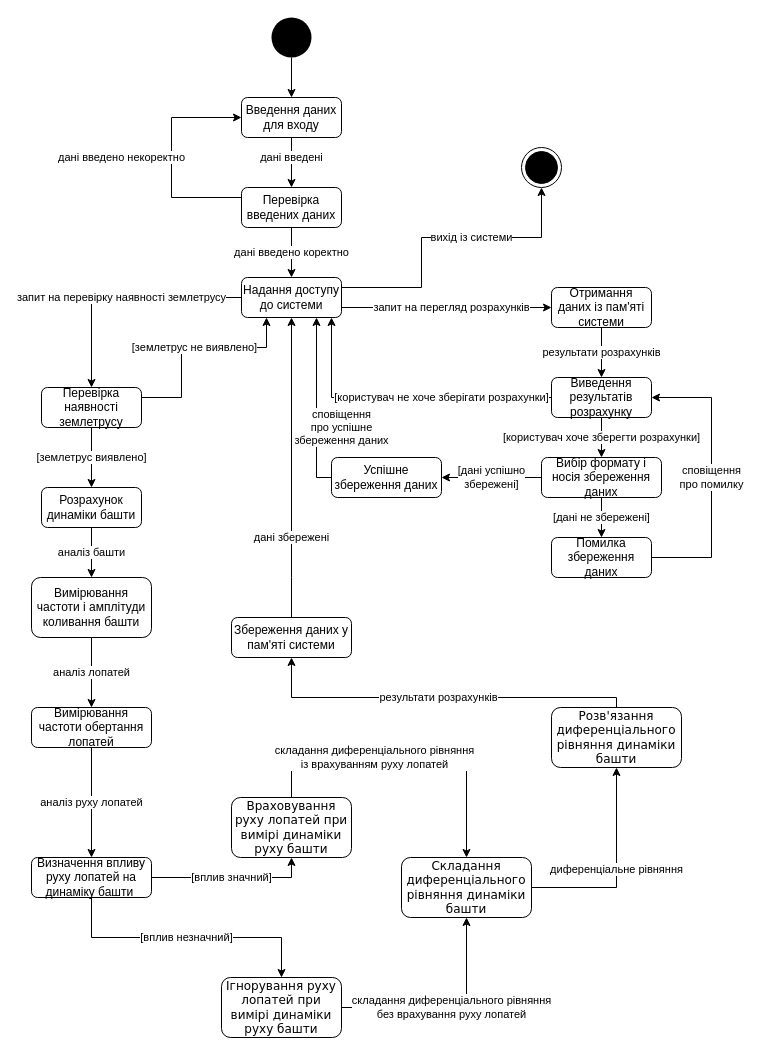
This is page "Lab_6" (4 of 4) of OAPSOS.drawio from YaremkoVitaliy/Git_Labs, a draw.io file, before an edit. Source tidied: cells renumbered, new cells numbered last; positions are measured from the earlier drawing's top-left corner, leaving out a move shared by most shapes. Both pictures are drawn from the tidied source at 100%, with x=0, y=0 at pixel (31, 17).
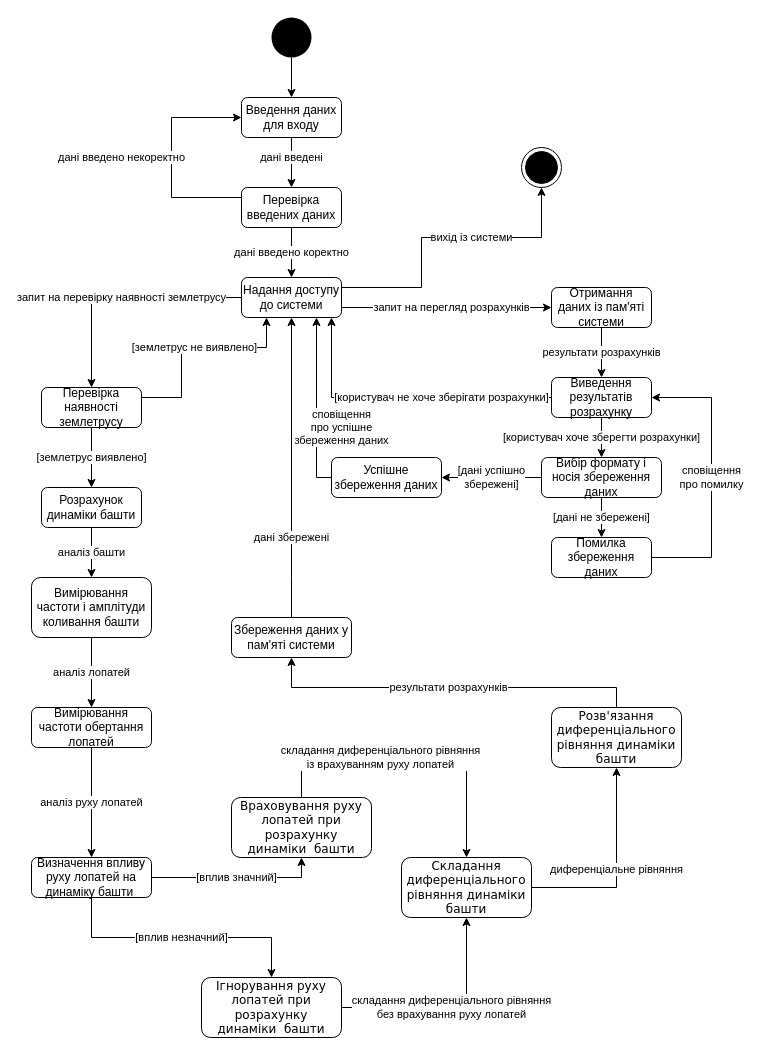
The same diagram, later.

The change refers to these unchanged cells:
```xml
<mxCell id="27" value="Визначення впливу руху лопатей на динаміку башти&amp;nbsp;" style="rounded=1;whiteSpace=wrap;html=1;" parent="1" vertex="1">
  <mxGeometry y="840" width="120" height="40" as="geometry" />
</mxCell>
<mxCell id="33" value="&lt;span style=&quot;font-family: &amp;#34;verdana&amp;#34;&quot;&gt;Складання диференціального рівняння динаміки башти&lt;/span&gt;" style="rounded=1;whiteSpace=wrap;html=1;" parent="1" vertex="1">
  <mxGeometry x="370" y="840" width="130" height="60" as="geometry" />
</mxCell>
<mxCell id="35" value="&lt;span style=&quot;font-family: &amp;#34;verdana&amp;#34;&quot;&gt;Розв'язання диференціального рівняння динаміки башти&lt;/span&gt;" style="rounded=1;whiteSpace=wrap;html=1;" parent="1" vertex="1">
  <mxGeometry x="520" y="690" width="130" height="60" as="geometry" />
</mxCell>
<mxCell id="37" value="Збереження даних у пам'яті системи" style="rounded=1;whiteSpace=wrap;html=1;" parent="1" vertex="1">
  <mxGeometry x="200" y="600" width="120" height="40" as="geometry" />
</mxCell>
```

What changed in the source:
```diff
@@
     <mxCell id="26" value="[вплив незначний]" style="edgeStyle=orthogonalEdgeStyle;rounded=0;jettySize=auto;html=1;entryX=0.5;entryY=0;entryDx=0;entryDy=0;" parent="1" edge="1" source="27" target="31">
       <mxGeometry relative="1" as="geometry">
         <Array as="points">
           <mxPoint x="60" y="920" />
-          <mxPoint x="250" y="920" />
+          <mxPoint x="240" y="920" />
         </Array>
       </mxGeometry>
     </mxCell>
@@
     <mxCell id="28" value="складання диференціального рівняння&lt;br&gt;із врахуванням руху лопатей" style="edgeStyle=orthogonalEdgeStyle;rounded=0;jettySize=auto;html=1;entryX=0.5;entryY=0;entryDx=0;entryDy=0;exitX=0.5;exitY=0;exitDx=0;exitDy=0;" parent="1" edge="1" source="29" target="33">
       <mxGeometry x="-0.22" relative="1" as="geometry">
         <Array as="points">
-          <mxPoint x="260" y="740" />
+          <mxPoint x="270" y="740" />
           <mxPoint x="435" y="740" />
         </Array>
       </mxGeometry>
     </mxCell>
-    <mxCell id="29" value="&lt;span style=&quot;font-family: &amp;#34;verdana&amp;#34;&quot;&gt;Враховування руху лопатей при вимірі динаміки руху башти&lt;/span&gt;" style="rounded=1;whiteSpace=wrap;html=1;" parent="1" vertex="1">
-      <mxGeometry x="200" y="780" width="120" height="60" as="geometry" />
+    <mxCell id="29" value="&lt;span style=&quot;font-family: &amp;#34;verdana&amp;#34;&quot;&gt;Враховування руху лопатей при розрахунку динаміки&amp;nbsp; башти&lt;/span&gt;" style="rounded=1;whiteSpace=wrap;html=1;" parent="1" vertex="1">
+      <mxGeometry x="200" y="780" width="140" height="60" as="geometry" />
     </mxCell>
@@
-    <mxCell id="31" value="&lt;span style=&quot;font-family: &amp;#34;verdana&amp;#34;&quot;&gt;Ігнорування руху лопатей при вимірі динаміки руху башти&lt;/span&gt;" style="rounded=1;whiteSpace=wrap;html=1;" parent="1" vertex="1">
-      <mxGeometry x="190" y="960" width="120" height="60" as="geometry" />
+    <mxCell id="31" value="&lt;span style=&quot;font-family: &amp;#34;verdana&amp;#34;&quot;&gt;Ігнорування руху лопатей при розрахунку динаміки&amp;nbsp; башти&lt;/span&gt;" style="rounded=1;whiteSpace=wrap;html=1;" parent="1" vertex="1">
+      <mxGeometry x="170" y="960" width="140" height="60" as="geometry" />
     </mxCell>
@@
     <mxCell id="34" value="результати розрахунків" style="edgeStyle=orthogonalEdgeStyle;rounded=0;jettySize=auto;html=1;entryX=0.5;entryY=1;entryDx=0;entryDy=0;" parent="1" edge="1" source="35" target="37">
       <mxGeometry relative="1" as="geometry">
         <Array as="points">
-          <mxPoint x="585" y="680" />
-          <mxPoint x="260" y="680" />
+          <mxPoint x="585" y="670" />
+          <mxPoint x="260" y="670" />
         </Array>
       </mxGeometry>
     </mxCell>
```
